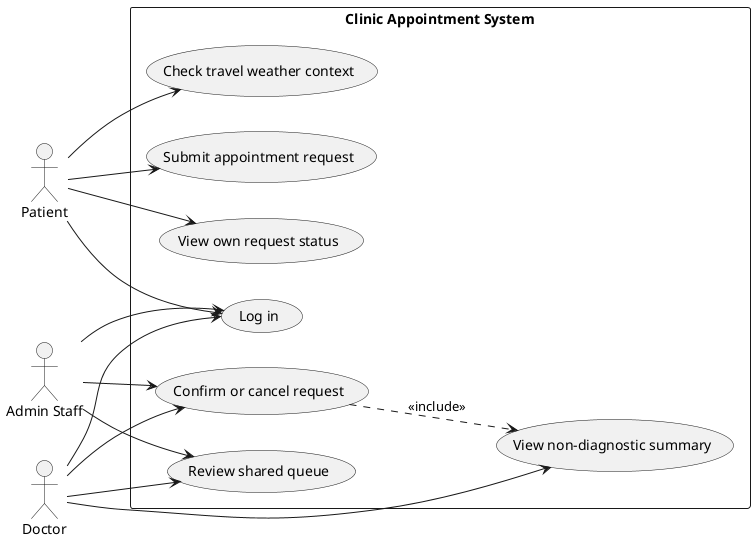
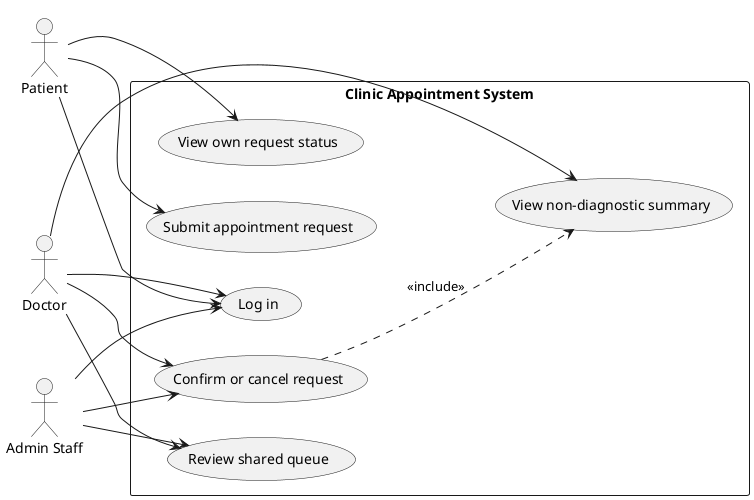
@startuml
left to right direction
actor Patient
actor Doctor
actor "Admin Staff" as Admin
rectangle "Clinic Appointment System" {
  usecase "Log in" as UC1
  usecase "Submit appointment request" as UC2
  usecase "View own request status" as UC3
  usecase "Review shared queue" as UC4
  usecase "Confirm or cancel request" as UC5
  usecase "View non-diagnostic summary" as UC6
-   usecase "Check travel weather context" as UC7
}
Patient --> UC1
Patient --> UC2
Patient --> UC3
- Patient --> UC7
Doctor --> UC1
Doctor --> UC4
Doctor --> UC5
Doctor --> UC6
Admin --> UC1
Admin --> UC4
Admin --> UC5
UC5 ..> UC6 : <<include>>
@enduml
